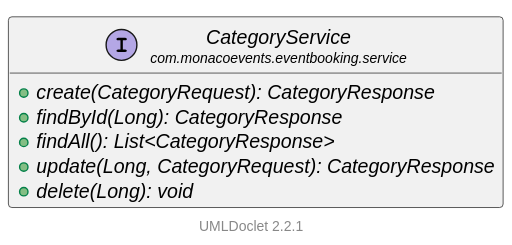
Earlier version of the PlantUML export docs/uml/com/monacoevents/eventbooking/service/CategoryService.svg (LorisDrid/event-booking-api).
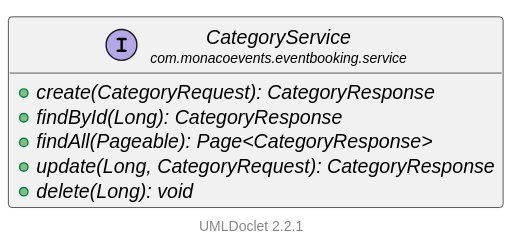
Later version of the same file.

The edit, as a diff of the source:
```diff
@@ -10,7 +10,7 @@
     interface "<size:14>CategoryService\n<size:10>com.monacoevents.eventbooking.service" as com.monacoevents.eventbooking.service.CategoryService [[..\..\..\..\..\..\target\reports\apidocs\com\monacoevents\eventbooking\service\CategoryService.html]] {
         {abstract} +create(CategoryRequest): CategoryResponse
         {abstract} +findById(Long): CategoryResponse
-        {abstract} +findAll(): List<CategoryResponse>
+        {abstract} +findAll(Pageable): Page<CategoryResponse>
         {abstract} +update(Long, CategoryRequest): CategoryResponse
         {abstract} +delete(Long): void
     }
```
